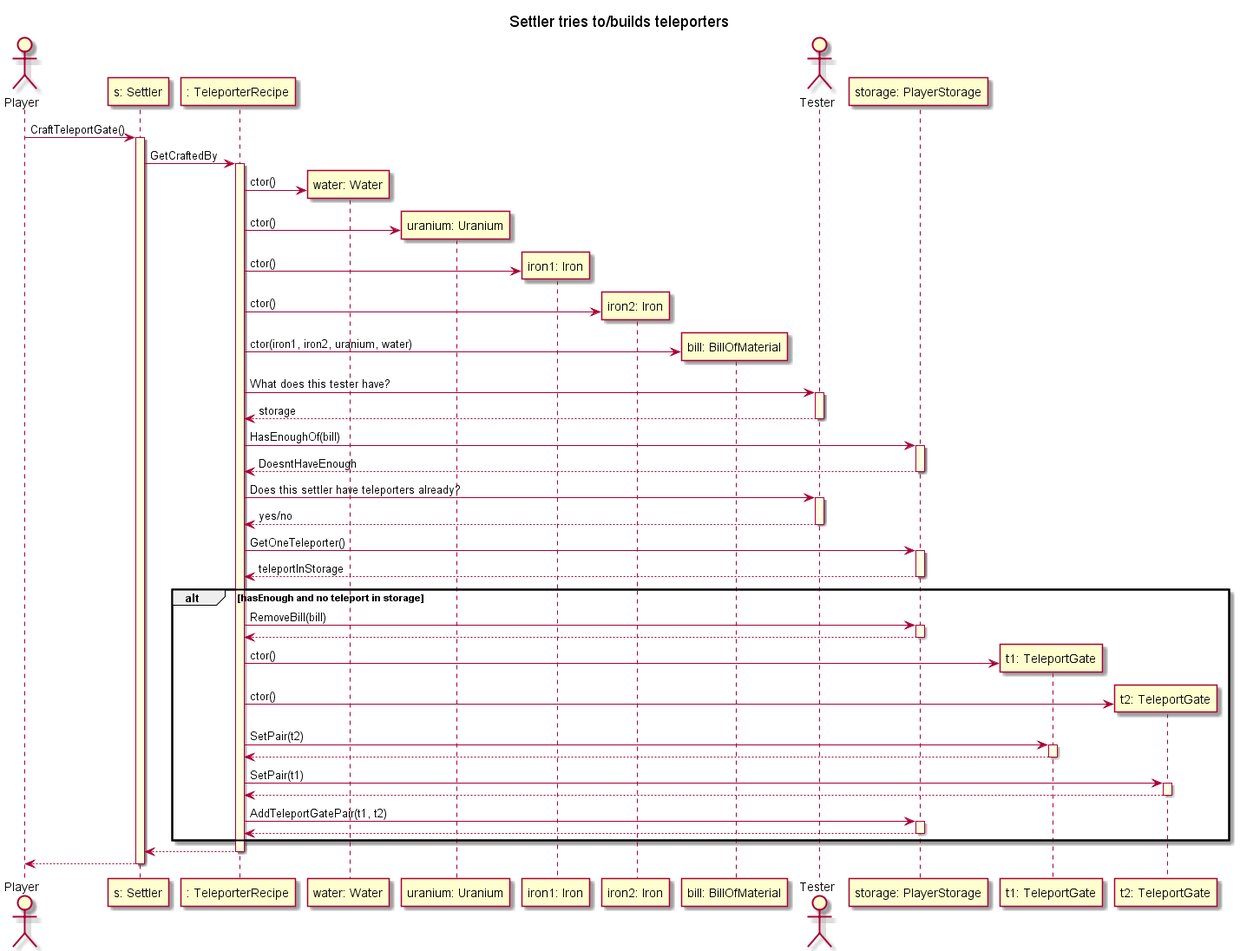
Earlier version of the PlantUML export uml/out/skeleton/Settler tries to builds teleporters.png (bbucsy/projlab_holy_oil). Its diagram source:
```plantuml
@startuml

skinparam SequenceLifeLineBackgroundColor LightYellow

title "Settler tries to/builds teleporters"

actor Player as player
participant "s: Settler" as settler
participant ": TeleporterRecipe" as TeleporterRecipe


player -> settler ++ : CraftTeleportGate()
settler -> TeleporterRecipe ++: GetCraftedBy


participant "water: Water" as water
TeleporterRecipe -> water ** : ctor()
participant "uranium: Uranium" as uranium
TeleporterRecipe -> uranium ** : ctor()
participant "iron1: Iron" as iron1
participant "iron2: Iron" as iron2
TeleporterRecipe -> iron1 ** : ctor()
TeleporterRecipe -> iron2 ** : ctor()

participant "bill: BillOfMaterial" as bill
TeleporterRecipe -> bill ** : ctor(iron1, iron2, uranium, water)

actor Tester as tester
TeleporterRecipe -> tester ++: What does this tester have?
tester --> TeleporterRecipe --: storage
participant "storage: PlayerStorage" as storage
TeleporterRecipe -> storage ++ : HasEnoughOf(bill)
storage --> TeleporterRecipe  --: DoesntHaveEnough
TeleporterRecipe -> tester ++: Does this settler have teleporters already?
tester --> TeleporterRecipe --: yes/no
TeleporterRecipe -> storage  ++ : GetOneTeleporter()
storage --> TeleporterRecipe -- : teleportInStorage

alt hasEnough and no teleport in storage

    TeleporterRecipe -> storage ++ : RemoveBill(bill)
    storage --> TeleporterRecipe --

    participant "t1: TeleportGate" as teleport1
    participant "t2: TeleportGate" as teleport2
    TeleporterRecipe -> teleport1 ** : ctor()
    TeleporterRecipe -> teleport2 ** : ctor()

    TeleporterRecipe -> teleport1 ++ : SetPair(t2)
    teleport1 --> TeleporterRecipe --
    TeleporterRecipe -> teleport2 ++ : SetPair(t1)
    teleport2 --> TeleporterRecipe --
    TeleporterRecipe -> storage ++: AddTeleportGatePair(t1, t2)
    storage --> TeleporterRecipe --

end

TeleporterRecipe --> settler --

settler --> player --

@enduml
```
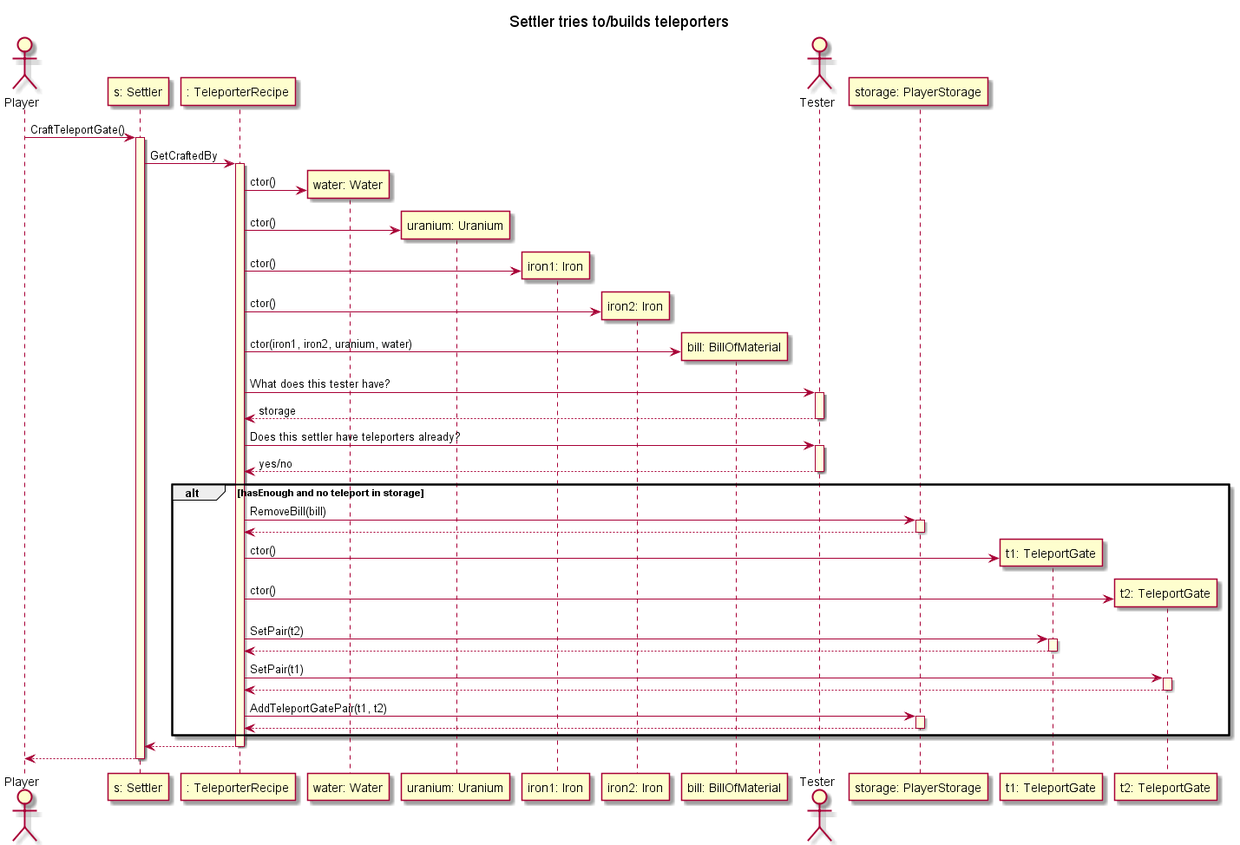
The same file after the commit.

Change to the diagram source:
```diff
@@ -29,12 +29,8 @@
 TeleporterRecipe -> tester ++: What does this tester have?
 tester --> TeleporterRecipe --: storage
 participant "storage: PlayerStorage" as storage
-TeleporterRecipe -> storage ++ : HasEnoughOf(bill)
-storage --> TeleporterRecipe  --: DoesntHaveEnough
 TeleporterRecipe -> tester ++: Does this settler have teleporters already?
 tester --> TeleporterRecipe --: yes/no
-TeleporterRecipe -> storage  ++ : GetOneTeleporter()
-storage --> TeleporterRecipe -- : teleportInStorage
 
 alt hasEnough and no teleport in storage
 
```
